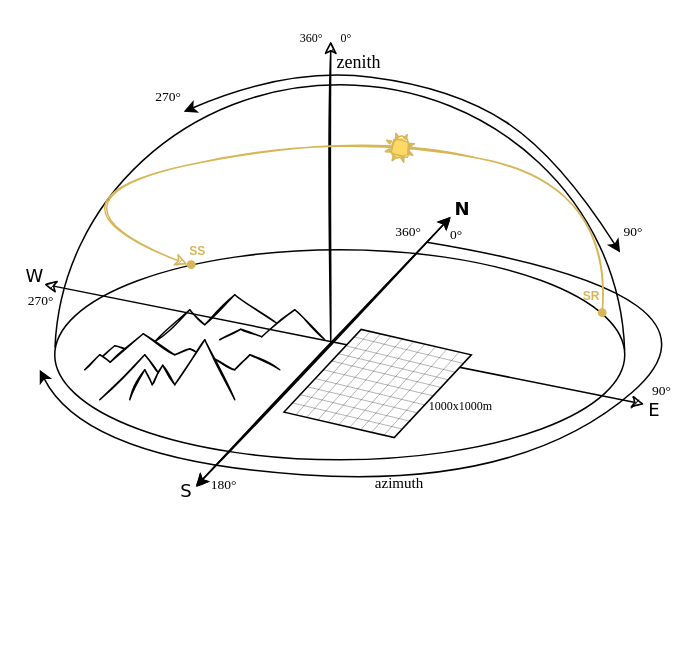
Before: pa3c3scheme2.drawio in cmikovits/drawio, a draw.io diagram. Source tidied: cells renumbered, new cells numbered last; positions are measured from the earlier drawing's top-left corner, leaving out a move shared by most shapes. Both pictures are drawn from the tidied source at 150%, with x=0, y=0 at pixel (27, 26). Pictures stored in the file or linked from it are replaced by grey dashed boxes.
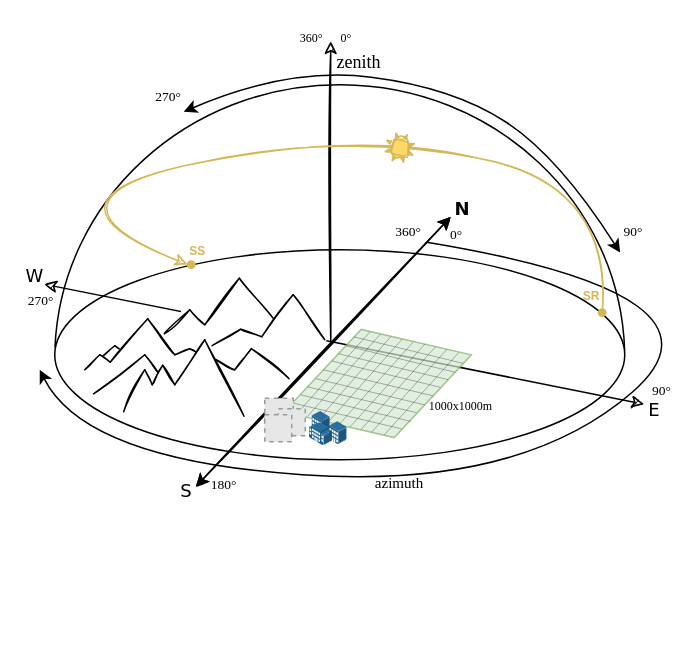
The same page after the edit.

Unchanged cells that the change refers to:
```xml
<mxCell id="3" style="ellipse;whiteSpace=wrap;html=1;sketch=0;" parent="1" vertex="1">
  <mxGeometry x="18" y="149" width="380" height="140" as="geometry" />
</mxCell>
```

The edit, as a diff of the source:
```diff
@@
-    <mxCell id="25" style="html=1;whiteSpace=wrap;shape=isoRectangle;rotation=343;" parent="1" vertex="1">
+    <mxCell id="25" style="html=1;whiteSpace=wrap;shape=isoRectangle;rotation=343;fillColor=#d5e8d4;strokeColor=#82b366;opacity=70;" parent="1" vertex="1">
       <mxGeometry x="168" y="199" width="130.6" height="78.3" as="geometry" />
     </mxCell>
@@
-    <mxCell id="50" style="endArrow=none;html=1;fontSize=8;fontColor=none;strokeWidth=1;shadow=0;sketch=1;" parent="1" edge="1">
+    <mxCell id="50" style="endArrow=none;html=1;fontSize=8;fontColor=none;strokeWidth=1;shadow=0;sketch=1;exitX=0.121;exitY=0.771;exitDx=0;exitDy=0;exitPerimeter=0;" parent="1" edge="1" source="3">
       <mxGeometry relative="1" as="geometry">
-        <mxPoint x="68" y="249" as="sourcePoint" />
         <mxPoint x="78" y="229" as="targetPoint" />
       </mxGeometry>
     </mxCell>
@@
-    <mxCell id="53" style="endArrow=none;html=1;fontSize=8;fontColor=none;strokeWidth=1;shadow=0;sketch=1;" parent="1" edge="1">
+    <mxCell id="53" style="endArrow=none;html=1;fontSize=8;fontColor=none;strokeWidth=1;shadow=0;sketch=1;exitX=0.332;exitY=0.793;exitDx=0;exitDy=0;exitPerimeter=0;" parent="1" edge="1" source="3">
       <mxGeometry relative="1" as="geometry">
-        <mxPoint x="138" y="249" as="sourcePoint" />
         <mxPoint x="118" y="209" as="targetPoint" />
       </mxGeometry>
     </mxCell>
@@
-    <mxCell id="56" style="endArrow=none;html=1;fontSize=8;fontColor=none;strokeWidth=1;shadow=0;sketch=1;" parent="1" edge="1">
+    <mxCell id="56" style="endArrow=none;html=1;fontSize=8;fontColor=none;strokeWidth=1;shadow=0;sketch=1;exitX=0.068;exitY=0.686;exitDx=0;exitDy=0;exitPerimeter=0;" parent="1" edge="1" source="3">
       <mxGeometry relative="1" as="geometry">
-        <mxPoint x="48" y="249" as="sourcePoint" />
         <mxPoint x="78" y="219" as="targetPoint" />
       </mxGeometry>
     </mxCell>
@@
     <mxCell id="60" style="endArrow=none;html=1;fontSize=8;fontColor=none;strokeWidth=1;shadow=0;sketch=1;" parent="1" edge="1">
       <mxGeometry relative="1" as="geometry">
         <mxPoint x="55" y="224" as="sourcePoint" />
-        <mxPoint x="77" y="205" as="targetPoint" />
+        <mxPoint x="80" y="195" as="targetPoint" />
       </mxGeometry>
     </mxCell>
-    <mxCell id="61" style="endArrow=none;html=1;fontSize=8;fontColor=none;strokeWidth=1;shadow=0;sketch=1;" parent="1" edge="1">
+    <mxCell id="61" style="endArrow=none;html=1;fontSize=8;fontColor=none;strokeWidth=1;shadow=0;sketch=1;entryX=0.163;entryY=0.329;entryDx=0;entryDy=0;entryPerimeter=0;" parent="1" edge="1" target="3">
       <mxGeometry relative="1" as="geometry">
         <mxPoint x="98" y="219" as="sourcePoint" />
-        <mxPoint x="77" y="205" as="targetPoint" />
       </mxGeometry>
     </mxCell>
@@
     <mxCell id="66" style="endArrow=none;html=1;fontSize=8;fontColor=none;strokeWidth=1;shadow=0;sketch=1;" parent="1" edge="1">
       <mxGeometry relative="1" as="geometry">
         <mxPoint x="138" y="229" as="sourcePoint" />
-        <mxPoint x="148" y="219" as="targetPoint" />
+        <mxPoint x="149" y="215" as="targetPoint" />
       </mxGeometry>
     </mxCell>
-    <mxCell id="67" style="endArrow=none;html=1;fontSize=8;fontColor=none;strokeWidth=1;shadow=0;sketch=1;" parent="1" edge="1">
-      <mxGeometry relative="1" as="geometry">
-        <mxPoint x="168" y="229" as="sourcePoint" />
-        <mxPoint x="148" y="219" as="targetPoint" />
-      </mxGeometry>
+    <mxCell id="67" style="endArrow=none;html=1;fontSize=8;fontColor=none;strokeWidth=1;shadow=0;sketch=1;exitX=0.411;exitY=0.614;exitDx=0;exitDy=0;exitPerimeter=0;entryX=0.345;entryY=0.471;entryDx=0;entryDy=0;entryPerimeter=0;" parent="1" edge="1" source="3" target="3">
+      <mxGeometry relative="1" as="geometry" />
     </mxCell>
-    <mxCell id="68" style="endArrow=none;html=1;fontSize=8;fontColor=none;strokeWidth=1;shadow=0;sketch=1;" parent="1" edge="1">
+    <mxCell id="68" style="endArrow=none;html=1;fontSize=8;fontColor=none;strokeWidth=1;shadow=0;sketch=1;exitX=0.113;exitY=0.471;exitDx=0;exitDy=0;exitPerimeter=0;" parent="1" edge="1" source="3">
       <mxGeometry relative="1" as="geometry">
-        <mxPoint x="65" y="215" as="sourcePoint" />
         <mxPoint x="58" y="213" as="targetPoint" />
       </mxGeometry>
     </mxCell>
+    <mxCell id="72" style="endArrow=none;html=1;fontSize=8;fontColor=none;strokeWidth=1;shadow=0;sketch=1;entryX=0.384;entryY=0.329;entryDx=0;entryDy=0;entryPerimeter=0;exitX=0.324;exitY=0.136;exitDx=0;exitDy=0;exitPerimeter=0;" parent="1" edge="1" source="3" target="3">
+      <mxGeometry relative="1" as="geometry" />
+    </mxCell>
+    <mxCell id="73" style="endArrow=none;html=1;fontSize=8;fontColor=none;strokeWidth=1;shadow=0;sketch=1;exitX=0.276;exitY=0.457;exitDx=0;exitDy=0;exitPerimeter=0;" parent="1" edge="1" source="3">
+      <mxGeometry relative="1" as="geometry">
+        <mxPoint x="142" y="202" as="targetPoint" />
+      </mxGeometry>
+    </mxCell>
+    <mxCell id="74" style="endArrow=none;html=1;fontSize=8;fontColor=none;strokeWidth=1;shadow=0;sketch=1;" parent="1" edge="1">
+      <mxGeometry relative="1" as="geometry">
+        <mxPoint x="142" y="202" as="sourcePoint" />
+        <mxPoint x="156" y="207" as="targetPoint" />
+      </mxGeometry>
+    </mxCell>
+    <mxCell id="77" style="endArrow=none;html=1;sourcePerimeterSpacing=0;targetPerimeterSpacing=0;strokeColor=#FFFFFF;strokeWidth=3.5;exitX=0.221;exitY=0.3;exitDx=0;exitDy=0;exitPerimeter=0;entryX=0.312;entryY=0.028;entryDx=0;entryDy=0;entryPerimeter=0;" parent="1" edge="1" source="3" target="25">
+      <mxGeometry relative="1" as="geometry" />
+    </mxCell>
     <mxCell id="69" style="endArrow=none;html=1;fontSize=8;fontColor=none;strokeWidth=1;shadow=0;sketch=1;" parent="1" edge="1">
       <mxGeometry relative="1" as="geometry">
-        <mxPoint x="85" y="210" as="sourcePoint" />
+        <mxPoint x="91" y="205" as="sourcePoint" />
         <mxPoint x="108" y="189" as="targetPoint" />
       </mxGeometry>
     </mxCell>
@@
     <mxCell id="71" style="endArrow=none;html=1;fontSize=8;fontColor=none;strokeWidth=1;shadow=0;sketch=1;" parent="1" edge="1">
       <mxGeometry relative="1" as="geometry">
         <mxPoint x="118" y="199" as="sourcePoint" />
-        <mxPoint x="138" y="179" as="targetPoint" />
+        <mxPoint x="141" y="168" as="targetPoint" />
       </mxGeometry>
     </mxCell>
-    <mxCell id="72" style="endArrow=none;html=1;fontSize=8;fontColor=none;strokeWidth=1;shadow=0;sketch=1;" parent="1" edge="1">
-      <mxGeometry relative="1" as="geometry">
-        <mxPoint x="138" y="179" as="sourcePoint" />
-        <mxPoint x="166" y="198" as="targetPoint" />
-      </mxGeometry>
-    </mxCell>
-    <mxCell id="73" style="endArrow=none;html=1;fontSize=8;fontColor=none;strokeWidth=1;shadow=0;sketch=1;" parent="1" edge="1">
-      <mxGeometry relative="1" as="geometry">
-        <mxPoint x="128" y="209" as="sourcePoint" />
-        <mxPoint x="142" y="202" as="targetPoint" />
-      </mxGeometry>
-    </mxCell>
-    <mxCell id="74" style="endArrow=none;html=1;fontSize=8;fontColor=none;strokeWidth=1;shadow=0;sketch=1;" parent="1" edge="1">
-      <mxGeometry relative="1" as="geometry">
-        <mxPoint x="142" y="202" as="sourcePoint" />
-        <mxPoint x="156" y="207" as="targetPoint" />
-      </mxGeometry>
-    </mxCell>
-    <mxCell id="75" style="endArrow=none;html=1;fontSize=8;fontColor=none;strokeWidth=1;shadow=0;sketch=1;" parent="1" edge="1">
+    <mxCell id="75" style="endArrow=none;html=1;fontSize=8;fontColor=none;strokeWidth=1;shadow=0;sketch=1;entryX=0.418;entryY=0.214;entryDx=0;entryDy=0;entryPerimeter=0;" parent="1" edge="1" target="3">
       <mxGeometry relative="1" as="geometry">
         <mxPoint x="156" y="207" as="sourcePoint" />
-        <mxPoint x="178" y="189" as="targetPoint" />
       </mxGeometry>
     </mxCell>
     <mxCell id="76" style="endArrow=none;html=1;fontSize=8;fontColor=none;strokeWidth=1;shadow=0;sketch=1;" parent="1" edge="1">
       <mxGeometry relative="1" as="geometry">
-        <mxPoint x="178" y="189" as="sourcePoint" />
+        <mxPoint x="177" y="179" as="sourcePoint" />
         <mxPoint x="198" y="209" as="targetPoint" />
       </mxGeometry>
     </mxCell>
+    <mxCell id="78" style="fillColor=#E6E6E6;strokeColor=#999999;dashed=1;html=1;verticalAlign=top;verticalLabelPosition=bottom;labelBackgroundColor=#ffffff;" parent="1" vertex="1">
+      <mxGeometry x="158" y="248" width="19" height="19" as="geometry" />
+    </mxCell>
+    <mxCell id="79" style="fillColor=#E6E6E6;strokeColor=#999999;dashed=1;html=1;verticalAlign=top;verticalLabelPosition=bottom;labelBackgroundColor=#ffffff;" parent="1" vertex="1">
+      <mxGeometry x="167" y="255" width="18" height="18" as="geometry" />
+    </mxCell>
+    <mxCell id="80" style="fillColor=#E6E6E6;strokeColor=#999999;dashed=1;html=1;verticalAlign=top;verticalLabelPosition=bottom;labelBackgroundColor=#ffffff;" parent="1" vertex="1">
+      <mxGeometry x="158" y="259" width="18" height="18" as="geometry" />
+    </mxCell>
+    <mxCell id="81" style="html=1;align=center;shadow=0;dashed=0;image;image=img/lib/allied_telesis/buildings/Building_Cluster.svg;sketch=0;" parent="1" vertex="1">
+      <mxGeometry x="188" y="257" width="25.1" height="23" as="geometry" />
+    </mxCell>
```
